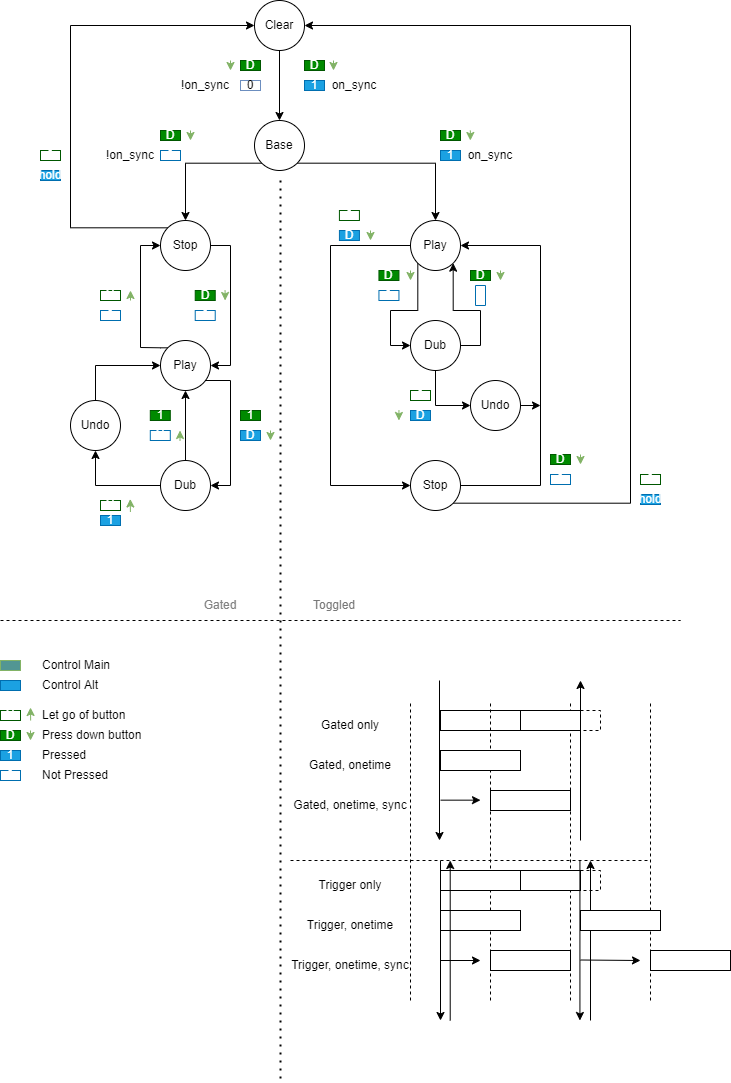
Earlier version of the draw.io export minim_states.drawio.png (purewack/minim-pd). Source tidied: cells renumbered, new cells last; positions are measured from the earlier drawing's top-left corner, leaving out a move shared by most shapes.
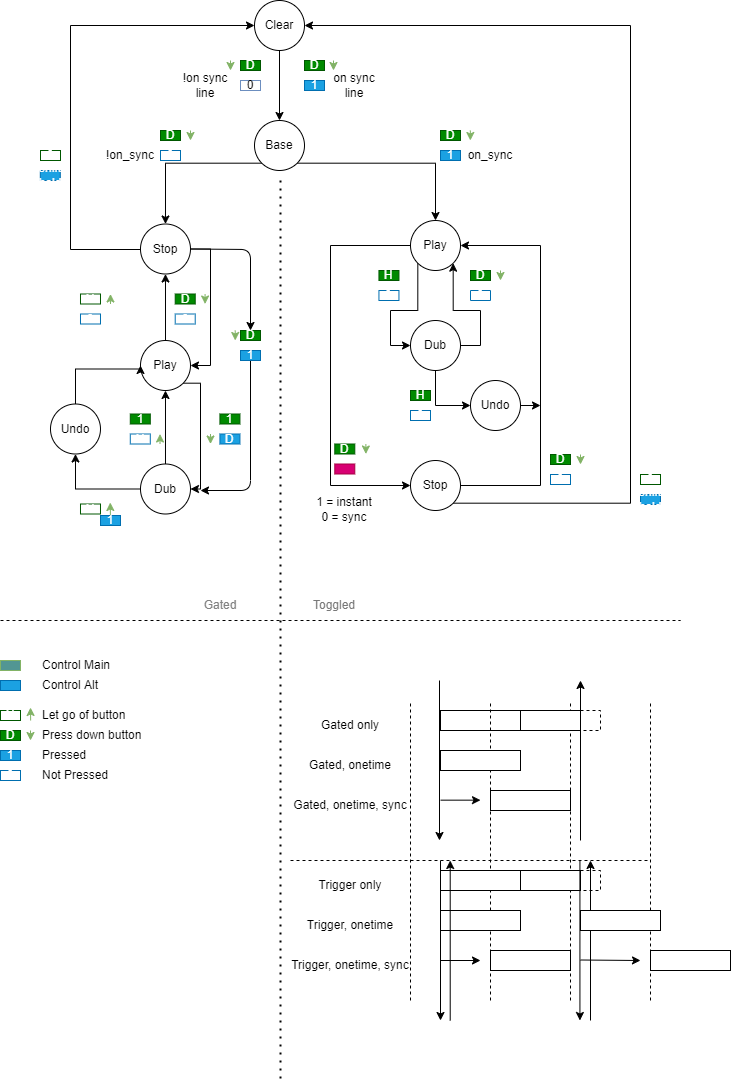
After the change.

Commit message:
[dev] wip - squish bugs + change states function + add shift button func

The edit, as a diff of the source:
```diff
@@ -23,13 +23,21 @@
     <mxCell id="8" style="edgeStyle=orthogonalEdgeStyle;rounded=0;jettySize=auto;html=1;exitX=0;exitY=0;exitDx=0;exitDy=0;fontColor=#080808;entryX=0;entryY=0.5;entryDx=0;entryDy=0;" parent="1" edge="1" source="9" target="3">
       <mxGeometry relative="1" as="geometry">
         <Array as="points">
-          <mxPoint x="70" y="227" />
+          <mxPoint x="147" y="249" />
+          <mxPoint x="70" y="249" />
           <mxPoint x="70" y="25" />
         </Array>
       </mxGeometry>
     </mxCell>
+    <mxCell id="129" style="edgeStyle=none;html=1;exitX=1;exitY=0.5;exitDx=0;exitDy=0;entryX=0.5;entryY=0;entryDx=0;entryDy=0;" parent="1" edge="1" source="9" target="132">
+      <mxGeometry relative="1" as="geometry">
+        <Array as="points">
+          <mxPoint x="250" y="249" />
+        </Array>
+      </mxGeometry>
+    </mxCell>
     <mxCell id="9" value="Stop" style="ellipse;whiteSpace=wrap;html=1;" parent="1" vertex="1">
-      <mxGeometry x="160" y="220" width="50" height="50" as="geometry" />
+      <mxGeometry x="140" y="223.5" width="50" height="50" as="geometry" />
     </mxCell>
     <mxCell id="10" style="edgeStyle=orthogonalEdgeStyle;rounded=0;jettySize=auto;html=1;exitX=0;exitY=0.5;exitDx=0;exitDy=0;entryX=0;entryY=0.5;entryDx=0;entryDy=0;fontColor=#080808;" parent="1" edge="1" source="12" target="18">
       <mxGeometry relative="1" as="geometry">
@@ -85,26 +93,24 @@
     <mxCell id="18" value="Stop" style="ellipse;whiteSpace=wrap;html=1;" parent="1" vertex="1">
       <mxGeometry x="410" y="460" width="50" height="50" as="geometry" />
     </mxCell>
-    <mxCell id="19" style="edgeStyle=orthogonalEdgeStyle;rounded=0;jettySize=auto;html=1;exitX=0;exitY=0;exitDx=0;exitDy=0;entryX=0;entryY=0.5;entryDx=0;entryDy=0;fontColor=#080808;" parent="1" edge="1" source="21" target="9">
+    <mxCell id="19" style="edgeStyle=orthogonalEdgeStyle;rounded=0;jettySize=auto;html=1;exitX=0;exitY=0;exitDx=0;exitDy=0;entryX=0.5;entryY=1;entryDx=0;entryDy=0;fontColor=#080808;" parent="1" edge="1" source="21" target="9">
       <mxGeometry relative="1" as="geometry">
         <Array as="points">
-          <mxPoint x="160" y="347" />
-          <mxPoint x="140" y="347" />
-          <mxPoint x="140" y="245" />
+          <mxPoint x="147" y="347" />
+          <mxPoint x="165" y="347" />
         </Array>
       </mxGeometry>
     </mxCell>
     <mxCell id="20" style="edgeStyle=orthogonalEdgeStyle;rounded=0;jettySize=auto;html=1;exitX=1;exitY=1;exitDx=0;exitDy=0;entryX=1;entryY=0.5;entryDx=0;entryDy=0;fontColor=#080808;" parent="1" edge="1" source="21" target="24">
       <mxGeometry relative="1" as="geometry">
         <Array as="points">
-          <mxPoint x="203" y="380" />
-          <mxPoint x="230" y="380" />
-          <mxPoint x="230" y="485" />
+          <mxPoint x="200" y="383" />
+          <mxPoint x="200" y="488" />
         </Array>
       </mxGeometry>
     </mxCell>
     <mxCell id="21" value="Play" style="ellipse;whiteSpace=wrap;html=1;" parent="1" vertex="1">
-      <mxGeometry x="160" y="340" width="50" height="50" as="geometry" />
+      <mxGeometry x="140" y="340" width="50" height="50" as="geometry" />
     </mxCell>
     <mxCell id="22" style="edgeStyle=orthogonalEdgeStyle;rounded=0;jettySize=auto;html=1;exitX=0;exitY=0.5;exitDx=0;exitDy=0;entryX=0.5;entryY=1;entryDx=0;entryDy=0;fontColor=#080808;" parent="1" edge="1" source="24" target="34">
       <mxGeometry relative="1" as="geometry" />
@@ -113,7 +119,7 @@
       <mxGeometry relative="1" as="geometry" />
     </mxCell>
     <mxCell id="24" value="Dub" style="ellipse;whiteSpace=wrap;html=1;" parent="1" vertex="1">
-      <mxGeometry x="160" y="460" width="50" height="50" as="geometry" />
+      <mxGeometry x="140" y="463.5" width="50" height="50" as="geometry" />
     </mxCell>
     <mxCell id="25" value="0" style="rounded=0;whiteSpace=wrap;html=1;fillColor=none;strokeColor=#6c8ebf;" parent="1" vertex="1">
       <mxGeometry x="240" y="80" width="20" height="10" as="geometry" />
@@ -123,71 +129,71 @@
     </mxCell>
     <mxCell id="27" style="endArrow=classic;html=1;rounded=0;fillColor=#d5e8d4;strokeColor=#82b366;" parent="1" edge="1">
       <mxGeometry relative="1" as="geometry">
-        <mxPoint x="224.6" y="290" as="sourcePoint" />
-        <mxPoint x="224.6" y="300" as="targetPoint" />
+        <mxPoint x="204.6" y="293.5" as="sourcePoint" />
+        <mxPoint x="204.6" y="303.5" as="targetPoint" />
       </mxGeometry>
     </mxCell>
     <mxCell id="28" value="0" style="rounded=0;whiteSpace=wrap;html=1;fillColor=none;strokeColor=#006EAF;fontColor=#ffffff;" parent="1" vertex="1">
-      <mxGeometry x="194.7" y="310" width="20" height="10" as="geometry" />
+      <mxGeometry x="174.7" y="313.5" width="20" height="10" as="geometry" />
     </mxCell>
     <mxCell id="29" value="D" style="rounded=0;whiteSpace=wrap;html=1;fillColor=#008a00;strokeColor=#005700;fontColor=#ffffff;" parent="1" vertex="1">
-      <mxGeometry x="194.7" y="290" width="20" height="10" as="geometry" />
+      <mxGeometry x="174.7" y="293.5" width="20" height="10" as="geometry" />
     </mxCell>
     <mxCell id="30" style="endArrow=classic;html=1;rounded=0;fillColor=#d5e8d4;strokeColor=#82b366;" parent="1" edge="1">
       <mxGeometry relative="1" as="geometry">
-        <mxPoint x="130" y="300" as="sourcePoint" />
-        <mxPoint x="130" y="290" as="targetPoint" />
+        <mxPoint x="110" y="303.5" as="sourcePoint" />
+        <mxPoint x="110" y="293.5" as="targetPoint" />
       </mxGeometry>
     </mxCell>
     <mxCell id="31" value="0" style="rounded=0;whiteSpace=wrap;html=1;fillColor=none;strokeColor=#006EAF;fontColor=#ffffff;" parent="1" vertex="1">
-      <mxGeometry x="100" y="310" width="20" height="10" as="geometry" />
+      <mxGeometry x="80" y="313.5" width="20" height="10" as="geometry" />
     </mxCell>
     <mxCell id="32" value="U" style="rounded=0;whiteSpace=wrap;html=1;fillColor=none;strokeColor=#005700;fontColor=#ffffff;" parent="1" vertex="1">
-      <mxGeometry x="100" y="290" width="20" height="10" as="geometry" />
+      <mxGeometry x="80" y="293.5" width="20" height="10" as="geometry" />
     </mxCell>
     <mxCell id="33" style="edgeStyle=orthogonalEdgeStyle;rounded=0;jettySize=auto;html=1;exitX=0.5;exitY=0;exitDx=0;exitDy=0;entryX=0;entryY=0.5;entryDx=0;entryDy=0;fontColor=#080808;" parent="1" edge="1" source="34" target="21">
       <mxGeometry relative="1" as="geometry">
         <Array as="points">
-          <mxPoint x="95" y="365" />
+          <mxPoint x="75" y="368.5" />
         </Array>
       </mxGeometry>
     </mxCell>
     <mxCell id="34" value="Undo" style="ellipse;whiteSpace=wrap;html=1;" parent="1" vertex="1">
-      <mxGeometry x="70" y="400" width="50" height="50" as="geometry" />
+      <mxGeometry x="50" y="403.5" width="50" height="50" as="geometry" />
     </mxCell>
     <mxCell id="35" style="endArrow=classic;html=1;rounded=0;fillColor=#d5e8d4;strokeColor=#82b366;" parent="1" edge="1">
       <mxGeometry relative="1" as="geometry">
-        <mxPoint x="270" y="430" as="sourcePoint" />
-        <mxPoint x="270" y="440" as="targetPoint" />
+        <mxPoint x="210" y="433.5" as="sourcePoint" />
+        <mxPoint x="210" y="443.5" as="targetPoint" />
       </mxGeometry>
     </mxCell>
     <mxCell id="36" value="D" style="rounded=0;whiteSpace=wrap;html=1;fillColor=#1ba1e2;strokeColor=#006EAF;fontColor=#ffffff;" parent="1" vertex="1">
-      <mxGeometry x="240" y="430" width="20" height="10" as="geometry" />
+      <mxGeometry x="219.4" y="433.5" width="20" height="10" as="geometry" />
     </mxCell>
     <mxCell id="37" value="1" style="rounded=0;whiteSpace=wrap;html=1;fillColor=#008a00;strokeColor=#005700;fontColor=#ffffff;" parent="1" vertex="1">
-      <mxGeometry x="240" y="410" width="20" height="10" as="geometry" />
+      <mxGeometry x="219.4" y="413.5" width="20" height="10" as="geometry" />
     </mxCell>
     <mxCell id="38" style="endArrow=classic;html=1;rounded=0;fillColor=#d5e8d4;strokeColor=#82b366;" parent="1" edge="1">
       <mxGeometry relative="1" as="geometry">
-        <mxPoint x="179.5" y="440" as="sourcePoint" />
-        <mxPoint x="179.5" y="430" as="targetPoint" />
+        <mxPoint x="159.5" y="443.5" as="sourcePoint" />
+        <mxPoint x="159.5" y="433.5" as="targetPoint" />
       </mxGeometry>
     </mxCell>
     <mxCell id="39" value="U" style="rounded=0;whiteSpace=wrap;html=1;fillColor=none;strokeColor=#006EAF;fontColor=#ffffff;" parent="1" vertex="1">
-      <mxGeometry x="149.8" y="430" width="20" height="10" as="geometry" />
+      <mxGeometry x="129.8" y="433.5" width="20" height="10" as="geometry" />
     </mxCell>
     <mxCell id="40" value="&lt;font&gt;1&lt;/font&gt;" style="rounded=0;whiteSpace=wrap;html=1;fillColor=#008a00;strokeColor=#005700;fontColor=#FFFFFF;" parent="1" vertex="1">
-      <mxGeometry x="149.8" y="410" width="20" height="10" as="geometry" />
+      <mxGeometry x="129.8" y="413.5" width="20" height="10" as="geometry" />
     </mxCell>
     <mxCell id="41" value="U" style="rounded=0;whiteSpace=wrap;html=1;fillColor=none;strokeColor=#005700;fontColor=#ffffff;" parent="1" vertex="1">
-      <mxGeometry x="100" y="500" width="20" height="10" as="geometry" />
+      <mxGeometry x="80" y="503.5" width="20" height="10" as="geometry" />
     </mxCell>
     <mxCell id="42" style="endArrow=classic;html=1;rounded=0;fillColor=#d5e8d4;strokeColor=#82b366;" parent="1" edge="1">
       <mxGeometry relative="1" as="geometry">
-        <mxPoint x="129.9" y="511.5" as="sourcePoint" />
-        <mxPoint x="129.8" y="498.5" as="targetPoint" />
+        <mxPoint x="109.9" y="515" as="sourcePoint" />
+        <mxPoint x="109.8" y="502" as="targetPoint" />
         <Array as="points">
-          <mxPoint x="129.9" y="511.5" />
+          <mxPoint x="109.9" y="515" />
         </Array>
       </mxGeometry>
     </mxCell>
@@ -197,11 +203,11 @@
     <mxCell id="44" value="0" style="rounded=0;whiteSpace=wrap;html=1;fillColor=none;strokeColor=#006EAF;fontColor=#ffffff;" parent="1" vertex="1">
       <mxGeometry x="378.4" y="290" width="20" height="10" as="geometry" />
     </mxCell>
-    <mxCell id="45" value="D" style="rounded=0;whiteSpace=wrap;html=1;fillColor=#008a00;strokeColor=#005700;fontColor=#ffffff;" parent="1" vertex="1">
+    <mxCell id="45" value="H" style="rounded=0;whiteSpace=wrap;html=1;fillColor=#008a00;strokeColor=#005700;fontColor=#ffffff;" parent="1" vertex="1">
       <mxGeometry x="378.4" y="270" width="20" height="10" as="geometry" />
     </mxCell>
     <mxCell id="46" value="0" style="rounded=0;whiteSpace=wrap;html=1;fillColor=none;strokeColor=#006EAF;fontColor=#ffffff;direction=south;" parent="1" vertex="1">
-      <mxGeometry x="475" y="285" width="10" height="20" as="geometry" />
+      <mxGeometry x="470" y="290" width="20" height="10" as="geometry" />
     </mxCell>
     <mxCell id="47" value="D" style="rounded=0;whiteSpace=wrap;html=1;fillColor=#008a00;strokeColor=#005700;fontColor=#ffffff;" parent="1" vertex="1">
       <mxGeometry x="470" y="270" width="20" height="10" as="geometry" />
@@ -212,11 +218,11 @@
     <mxCell id="49" value="D" style="rounded=0;whiteSpace=wrap;html=1;fillColor=#008a00;strokeColor=#005700;fontColor=#ffffff;" parent="1" vertex="1">
       <mxGeometry x="550" y="454" width="20" height="10" as="geometry" />
     </mxCell>
-    <mxCell id="50" value="D" style="rounded=0;whiteSpace=wrap;html=1;fillColor=#1ba1e2;strokeColor=#006EAF;fontColor=#ffffff;" parent="1" vertex="1">
-      <mxGeometry x="338.9" y="230" width="20" height="10" as="geometry" />
+    <mxCell id="50" style="rounded=0;whiteSpace=wrap;html=1;fillColor=#d80073;strokeColor=#A50040;fontColor=#ffffff;" parent="1" vertex="1">
+      <mxGeometry x="334.3" y="463.5" width="20" height="10" as="geometry" />
     </mxCell>
-    <mxCell id="51" value="0" style="rounded=0;whiteSpace=wrap;html=1;fillColor=none;strokeColor=#005700;fontColor=#ffffff;" parent="1" vertex="1">
-      <mxGeometry x="338.9" y="210" width="20" height="10" as="geometry" />
+    <mxCell id="51" value="D" style="rounded=0;whiteSpace=wrap;html=1;fillColor=#008a00;strokeColor=#005700;fontColor=#ffffff;" parent="1" vertex="1">
+      <mxGeometry x="334.3" y="443.5" width="20" height="10" as="geometry" />
     </mxCell>
     <mxCell id="52" style="edgeStyle=orthogonalEdgeStyle;rounded=0;jettySize=auto;html=1;exitX=1;exitY=0.5;exitDx=0;exitDy=0;fontColor=#080808;" parent="1" edge="1" source="53">
       <mxGeometry relative="1" as="geometry">
@@ -226,19 +232,16 @@
     <mxCell id="53" value="Undo" style="ellipse;whiteSpace=wrap;html=1;" parent="1" vertex="1">
       <mxGeometry x="470" y="380" width="50" height="50" as="geometry" />
     </mxCell>
-    <mxCell id="54" value="0" style="rounded=0;whiteSpace=wrap;html=1;fillColor=none;strokeColor=#005700;fontColor=#ffffff;" parent="1" vertex="1">
+    <mxCell id="54" value="H" style="rounded=0;whiteSpace=wrap;html=1;fillColor=#008a00;strokeColor=#005700;fontColor=#ffffff;" parent="1" vertex="1">
       <mxGeometry x="410" y="390" width="20" height="10" as="geometry" />
     </mxCell>
     <mxCell id="55" value="0" style="rounded=0;whiteSpace=wrap;html=1;fillColor=none;strokeColor=#005700;fontColor=#ffffff;" parent="1" vertex="1">
       <mxGeometry x="40" y="150" width="20" height="10" as="geometry" />
     </mxCell>
-    <mxCell id="56" value="hold" style="rounded=0;whiteSpace=wrap;html=1;fillColor=#1ba1e2;strokeColor=#006EAF;fontColor=#ffffff;" parent="1" vertex="1">
-      <mxGeometry x="40" y="170" width="20" height="10" as="geometry" />
-    </mxCell>
     <mxCell id="57" value="0" style="rounded=0;whiteSpace=wrap;html=1;fillColor=none;strokeColor=#005700;fontColor=#ffffff;" parent="1" vertex="1">
       <mxGeometry x="640" y="474" width="20" height="10" as="geometry" />
     </mxCell>
-    <mxCell id="58" value="hold" style="rounded=0;whiteSpace=wrap;html=1;fillColor=#1ba1e2;strokeColor=#006EAF;fontColor=#ffffff;" parent="1" vertex="1">
+    <mxCell id="58" value="shift hold" style="rounded=0;whiteSpace=wrap;html=1;fillColor=#1ba1e2;strokeColor=#006EAF;fontColor=#ffffff;" parent="1" vertex="1">
       <mxGeometry x="640" y="494" width="20" height="10" as="geometry" />
     </mxCell>
     <mxCell id="59" style="endArrow=none;dashed=1;html=1;dashPattern=1 3;strokeWidth=2;rounded=0;fontColor=#080808;" parent="1" edge="1">
@@ -262,7 +265,7 @@
     <mxCell id="64" value="D" style="rounded=0;whiteSpace=wrap;html=1;fillColor=#008a00;strokeColor=#005700;fontColor=#ffffff;" parent="1" vertex="1">
       <mxGeometry x="440" y="130" width="20" height="10" as="geometry" />
     </mxCell>
-    <mxCell id="65" value="D" style="rounded=0;whiteSpace=wrap;html=1;fillColor=#1ba1e2;strokeColor=#006EAF;fontColor=#ffffff;" parent="1" vertex="1">
+    <mxCell id="65" value="0" style="rounded=0;whiteSpace=wrap;html=1;fillColor=none;strokeColor=#006EAF;fontColor=#ffffff;" parent="1" vertex="1">
       <mxGeometry x="410" y="410" width="20" height="10" as="geometry" />
     </mxCell>
     <mxCell id="66" value="1" style="rounded=0;whiteSpace=wrap;html=1;fillColor=#1ba1e2;strokeColor=#006EAF;fontColor=#ffffff;" parent="1" vertex="1">
@@ -418,10 +421,10 @@
     <mxCell id="101" value="D" style="rounded=0;whiteSpace=wrap;html=1;fillColor=#008a00;strokeColor=#005700;fontColor=#ffffff;" parent="1" vertex="1">
       <mxGeometry x="304" y="60" width="20" height="10" as="geometry" />
     </mxCell>
-    <mxCell id="102" value="!on_sync" style="text;html=1;strokeColor=none;fillColor=none;align=center;verticalAlign=middle;whiteSpace=wrap;rounded=0;" parent="1" vertex="1">
+    <mxCell id="102" value="!on sync line" style="text;html=1;strokeColor=none;fillColor=none;align=center;verticalAlign=middle;whiteSpace=wrap;rounded=0;" parent="1" vertex="1">
       <mxGeometry x="174.7" y="70" width="60" height="30" as="geometry" />
     </mxCell>
-    <mxCell id="103" value="on_sync" style="text;html=1;strokeColor=none;fillColor=none;align=center;verticalAlign=middle;whiteSpace=wrap;rounded=0;" parent="1" vertex="1">
+    <mxCell id="103" value="on sync line" style="text;html=1;strokeColor=none;fillColor=none;align=center;verticalAlign=middle;whiteSpace=wrap;rounded=0;" parent="1" vertex="1">
       <mxGeometry x="324" y="70" width="60" height="30" as="geometry" />
     </mxCell>
     <mxCell id="104" value="on_sync" style="text;html=1;strokeColor=none;fillColor=none;align=center;verticalAlign=middle;whiteSpace=wrap;rounded=0;" parent="1" vertex="1">
@@ -484,16 +487,10 @@
     <mxCell id="119" value="Not Pressed" style="text;html=1;strokeColor=none;fillColor=none;align=left;verticalAlign=middle;whiteSpace=wrap;rounded=0;" parent="1" vertex="1">
       <mxGeometry x="39.8" y="760" width="110" height="30" as="geometry" />
     </mxCell>
-    <mxCell id="120" style="endArrow=classic;html=1;rounded=0;fillColor=#d5e8d4;strokeColor=#82b366;" parent="1" edge="1">
-      <mxGeometry relative="1" as="geometry">
-        <mxPoint x="410" y="270" as="sourcePoint" />
-        <mxPoint x="410" y="280" as="targetPoint" />
-      </mxGeometry>
-    </mxCell>
     <mxCell id="121" style="endArrow=classic;html=1;rounded=0;fillColor=#d5e8d4;strokeColor=#82b366;" parent="1" edge="1">
       <mxGeometry relative="1" as="geometry">
-        <mxPoint x="370" y="230" as="sourcePoint" />
-        <mxPoint x="370" y="240" as="targetPoint" />
+        <mxPoint x="365.4" y="443.5" as="sourcePoint" />
+        <mxPoint x="365.4" y="453.5" as="targetPoint" />
       </mxGeometry>
     </mxCell>
     <mxCell id="122" style="endArrow=classic;html=1;rounded=0;fillColor=#d5e8d4;strokeColor=#82b366;" parent="1" edge="1">
@@ -502,12 +499,6 @@
         <mxPoint x="500" y="280" as="targetPoint" />
       </mxGeometry>
     </mxCell>
-    <mxCell id="123" style="endArrow=classic;html=1;rounded=0;fillColor=#d5e8d4;strokeColor=#82b366;" parent="1" edge="1">
-      <mxGeometry relative="1" as="geometry">
-        <mxPoint x="398.4" y="410" as="sourcePoint" />
-        <mxPoint x="398.4" y="420" as="targetPoint" />
-      </mxGeometry>
-    </mxCell>
     <mxCell id="124" style="endArrow=classic;html=1;rounded=0;fillColor=#d5e8d4;strokeColor=#82b366;" parent="1" edge="1">
       <mxGeometry relative="1" as="geometry">
         <mxPoint x="580" y="454" as="sourcePoint" />
@@ -538,5 +529,31 @@
         <mxPoint x="333" y="70" as="targetPoint" />
       </mxGeometry>
     </mxCell>
+    <mxCell id="130" style="edgeStyle=none;html=1;exitX=0.5;exitY=1;exitDx=0;exitDy=0;" parent="1" edge="1" source="131">
+      <mxGeometry relative="1" as="geometry">
+        <mxPoint x="200" y="490" as="targetPoint" />
+        <Array as="points">
+          <mxPoint x="250" y="490" />
+        </Array>
+      </mxGeometry>
+    </mxCell>
+    <mxCell id="131" value="1" style="rounded=0;whiteSpace=wrap;html=1;fillColor=#1ba1e2;strokeColor=#006EAF;fontColor=#ffffff;" parent="1" vertex="1">
+      <mxGeometry x="240" y="350" width="20" height="10" as="geometry" />
+    </mxCell>
+    <mxCell id="132" value="D" style="rounded=0;whiteSpace=wrap;html=1;fillColor=#008a00;strokeColor=#005700;fontColor=#ffffff;" parent="1" vertex="1">
+      <mxGeometry x="240" y="330" width="20" height="10" as="geometry" />
+    </mxCell>
+    <mxCell id="133" style="endArrow=classic;html=1;rounded=0;fillColor=#d5e8d4;strokeColor=#82b366;" parent="1" edge="1">
+      <mxGeometry relative="1" as="geometry">
+        <mxPoint x="234.7" y="330" as="sourcePoint" />
+        <mxPoint x="234.7" y="340" as="targetPoint" />
+      </mxGeometry>
+    </mxCell>
+    <mxCell id="134" value="shift hold" style="rounded=0;whiteSpace=wrap;html=1;fillColor=#1ba1e2;strokeColor=#006EAF;fontColor=#ffffff;" parent="1" vertex="1">
+      <mxGeometry x="39.8" y="170" width="20" height="10" as="geometry" />
+    </mxCell>
+    <mxCell id="135" value="1 = instant&lt;br&gt;0 = sync" style="text;html=1;strokeColor=none;fillColor=none;align=center;verticalAlign=middle;whiteSpace=wrap;rounded=0;" parent="1" vertex="1">
+      <mxGeometry x="314.3" y="493.5" width="60" height="30" as="geometry" />
+    </mxCell>
   </root>
 </mxGraphModel>
```
